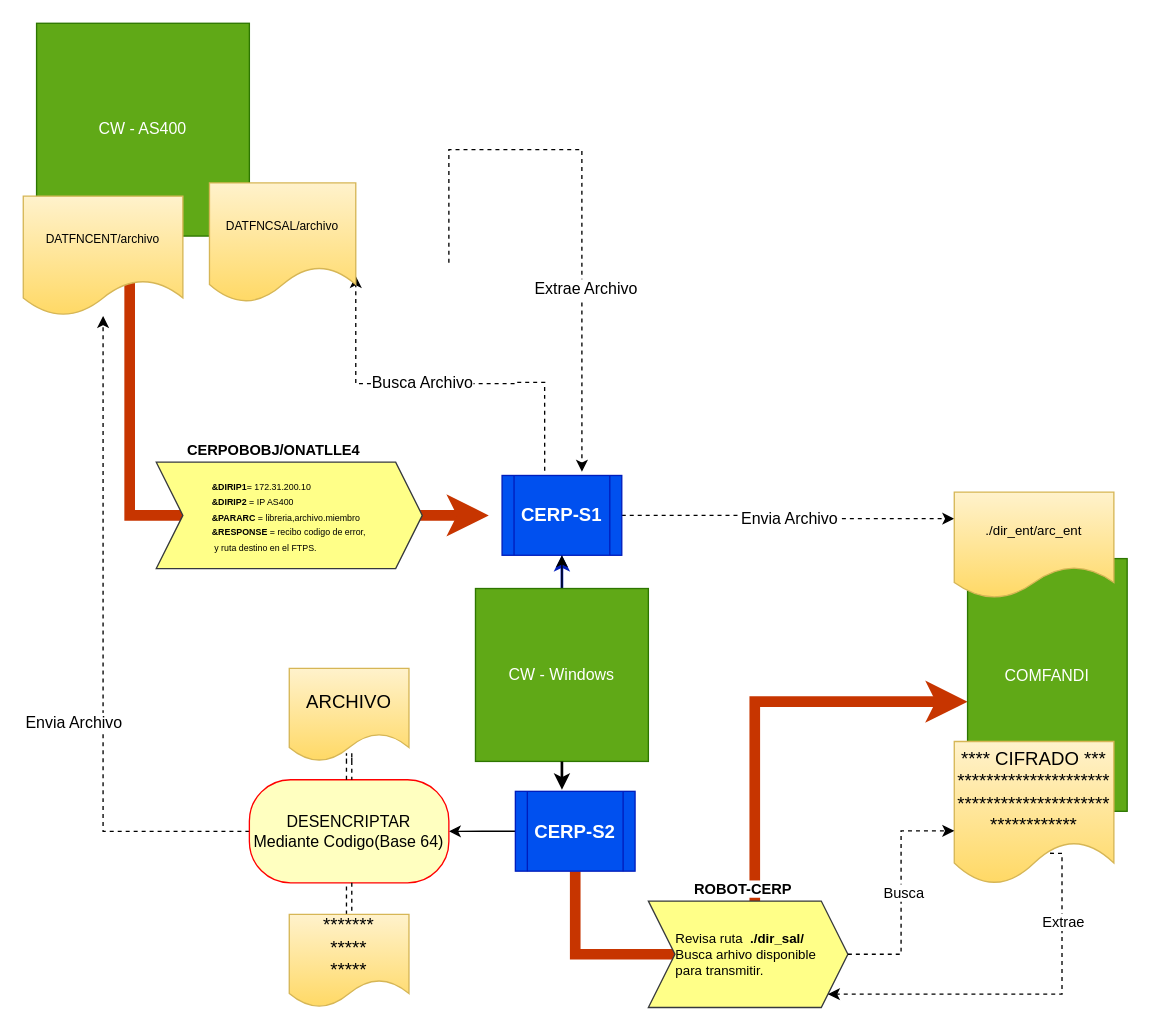
Earlier version of the draw.io diagram Untitled Diagram.drawio (MLSLeandro-elit/data_science-gestion_datos-actividad_2). Source tidied: cells renumbered, new cells numbered last; positions are measured from the earlier drawing's top-left corner, leaving out a move shared by most shapes. Both pictures are drawn from the tidied source at 133%, with x=0, y=0 at pixel (23, 23).
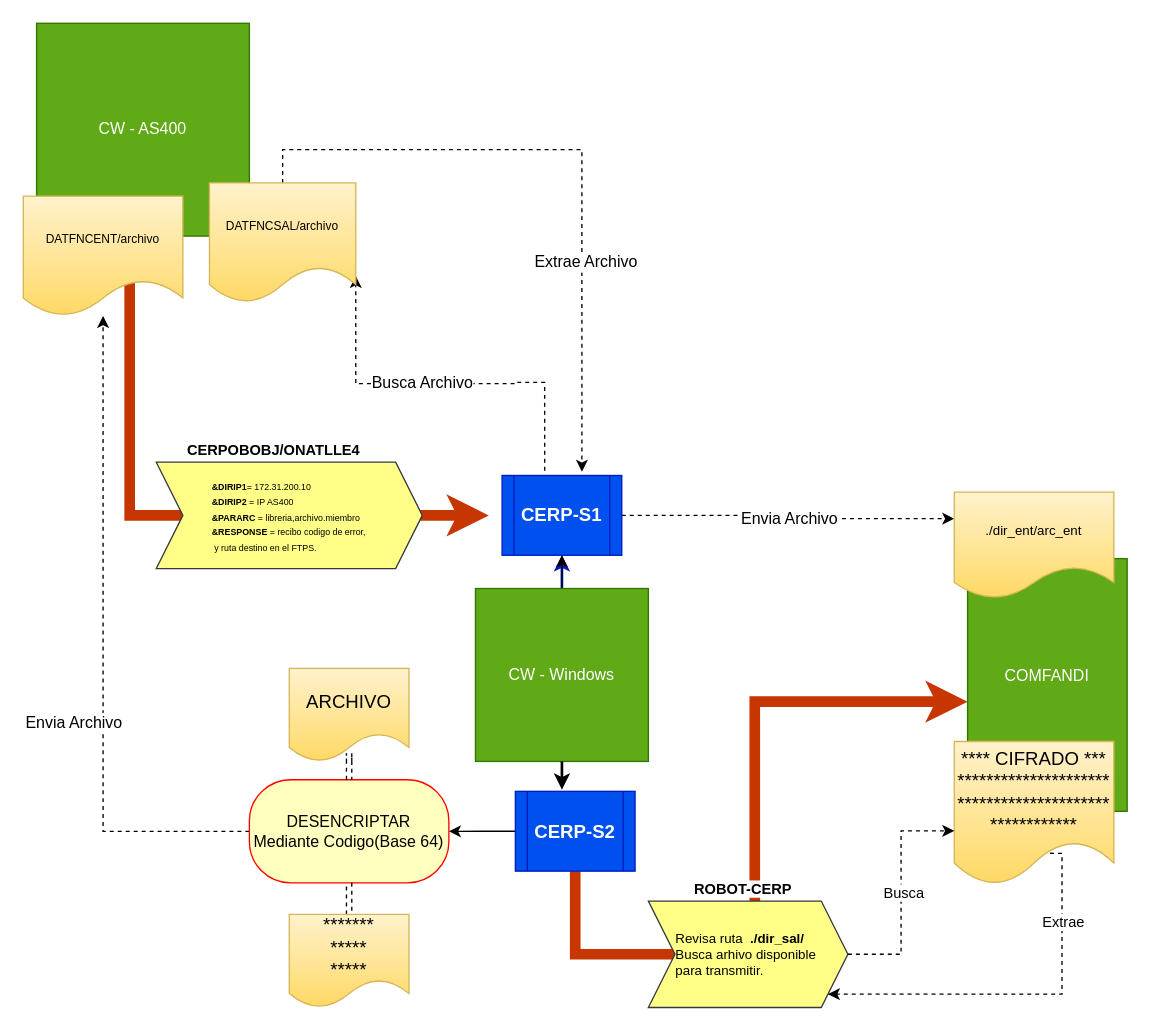
Above is the later version.

Unchanged cells that the change refers to:
```xml
<mxCell id="9" value="&lt;font style=&quot;font-size: 9px;&quot;&gt;DATFNCSAL/archivo&lt;/font&gt;" style="shape=document;whiteSpace=wrap;html=1;boundedLbl=1;fillColor=#fff2cc;strokeColor=#d6b656;gradientColor=#ffd966;" parent="1" vertex="1">
  <mxGeometry x="140" y="120" width="110" height="90" as="geometry" />
</mxCell>
<mxCell id="13" value="&lt;span style=&quot;font-size: 14px;&quot;&gt;&lt;b&gt;CERP-S1&lt;/b&gt;&lt;/span&gt;" style="shape=process;whiteSpace=wrap;html=1;backgroundOutline=1;fillColor=#0050ef;fontColor=#ffffff;strokeColor=#001DBC;" parent="1" vertex="1">
  <mxGeometry x="360" y="340" width="90" height="60" as="geometry" />
</mxCell>
```

The edit, as a diff of the source:
```diff
@@
-    <mxCell id="7" style="edgeStyle=orthogonalEdgeStyle;rounded=0;jettySize=auto;html=1;entryX=0.667;entryY=-0.047;entryDx=0;entryDy=0;dashed=1;entryPerimeter=0;exitX=1;exitY=0.5;exitDx=0;exitDy=0;" parent="1" edge="1" target="13">
+    <mxCell id="7" style="edgeStyle=orthogonalEdgeStyle;rounded=0;jettySize=auto;html=1;entryX=0.667;entryY=-0.047;entryDx=0;entryDy=0;dashed=1;entryPerimeter=0;" parent="1" edge="1" source="9" target="13">
       <mxGeometry relative="1" as="geometry">
-        <mxPoint x="320" y="180" as="sourcePoint" />
         <Array as="points">
+          <mxPoint x="195" y="95" />
           <mxPoint x="420" y="95" />
         </Array>
       </mxGeometry>
     </mxCell>
```
